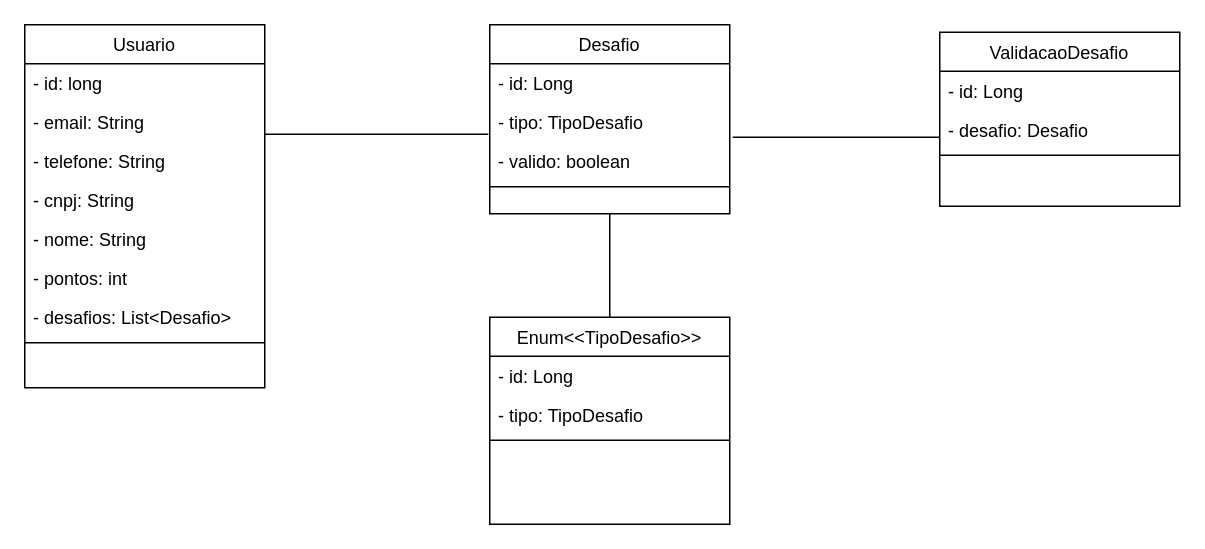
Before: informacoes/diagrama-de-classes/BlueHope.drawio in Santlago/BlueHope, a draw.io diagram. Source tidied: cells renumbered, new cells numbered last; positions are measured from the earlier drawing's top-left corner, leaving out a move shared by most shapes. Both pictures are drawn from the tidied source at 150%, with x=0, y=0 at pixel (24, 24).
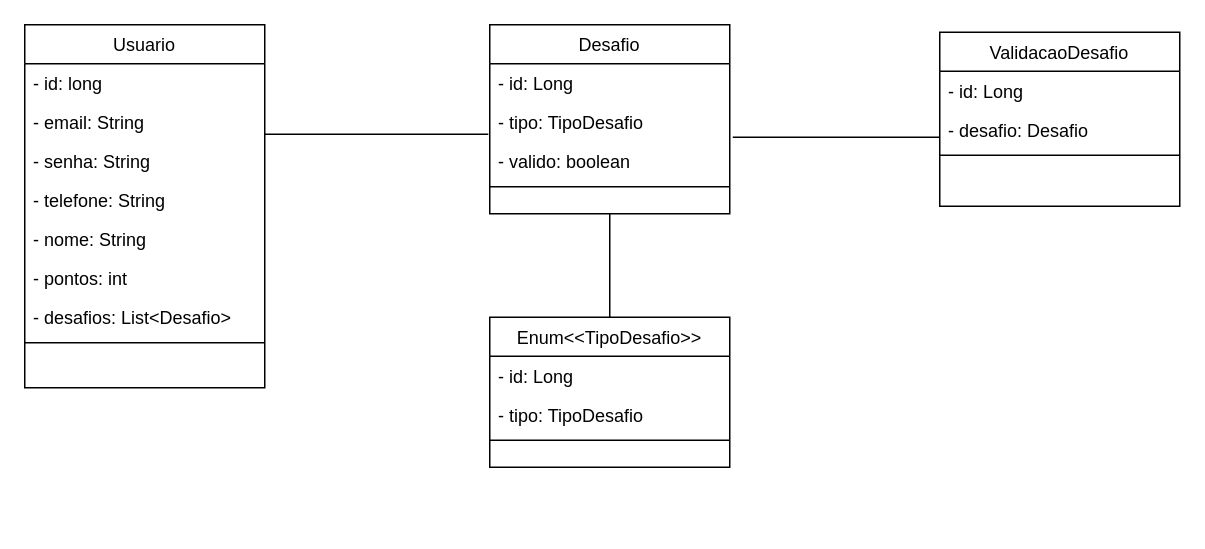
Above is the later version.

The change refers to these unchanged cells:
```xml
<mxCell id="2" value="Usuario" style="swimlane;fontStyle=0;align=center;verticalAlign=top;horizontal=1;startSize=26;rounded=0;shadow=0;strokeWidth=1;" parent="1" vertex="1">
  <mxGeometry width="160" height="242" as="geometry" />
</mxCell>
```

Change to the diagram source:
```diff
@@
+    <mxCell id="6" value="- senha: String" style="text;align=left;verticalAlign=top;spacingLeft=4;spacingRight=4;overflow=hidden;rounded=0;shadow=0;html=0;" parent="2" vertex="1">
+      <mxGeometry y="78" width="160" height="26" as="geometry" />
+    </mxCell>
     <mxCell id="5" value="- telefone: String" style="text;align=left;verticalAlign=top;spacingLeft=4;spacingRight=4;overflow=hidden;rounded=0;shadow=0;html=0;" parent="2" vertex="1">
-      <mxGeometry y="78" width="160" height="26" as="geometry" />
+      <mxGeometry y="104" width="160" height="26" as="geometry" />
     </mxCell>
-    <mxCell id="6" value="- cnpj: String" style="text;align=left;verticalAlign=top;spacingLeft=4;spacingRight=4;overflow=hidden;rounded=0;shadow=0;html=0;" parent="2" vertex="1">
-      <mxGeometry y="104" width="160" height="26" as="geometry" />
-    </mxCell>
@@
     <mxCell id="16" value="Enum&lt;&lt;TipoDesafio&gt;&gt;" style="swimlane;fontStyle=0;align=center;verticalAlign=top;horizontal=1;startSize=26;rounded=0;shadow=0;strokeWidth=1;" parent="1" vertex="1">
-      <mxGeometry x="310" y="195" width="160" height="138" as="geometry" />
+      <mxGeometry x="310" y="195" width="160" height="100" as="geometry" />
     </mxCell>
```
